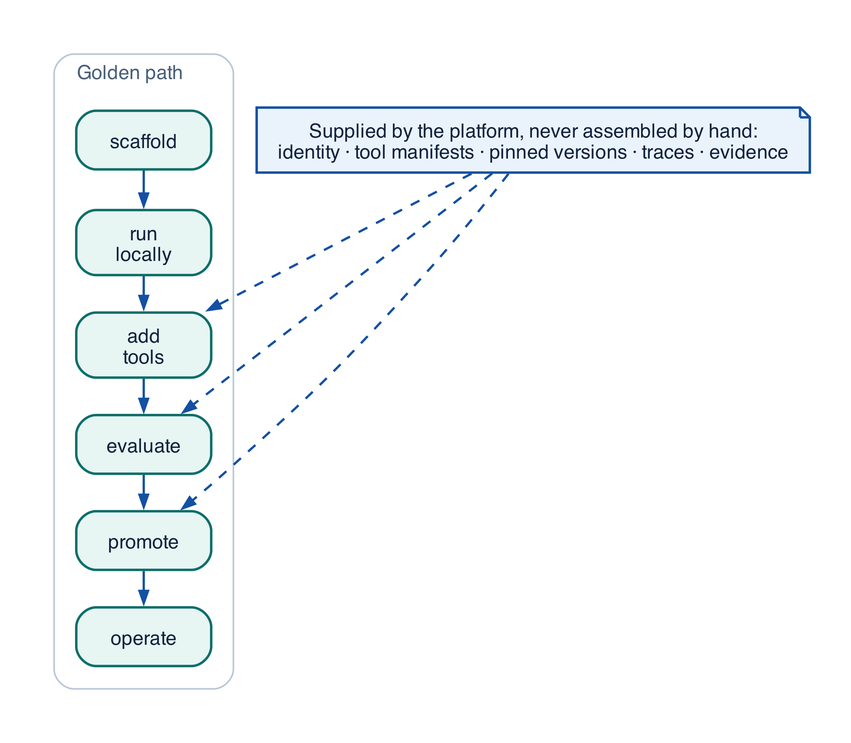
The Graphviz diagram assets/diagrams/dx-golden-path.png in rrahimi-uci/building-enterprise-general-intelligence, before a commit. Its source is kept beside it as assets/diagrams/src/dx-golden-path.gv.
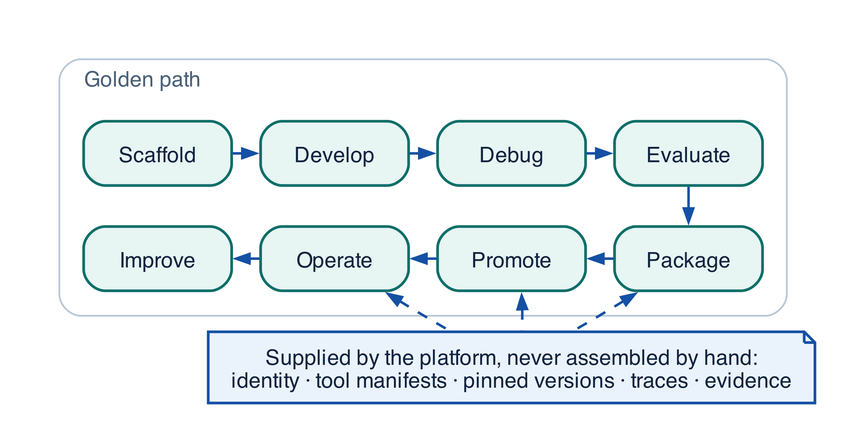
Later version of the same file.

Change to the diagram source:
```diff
@@ -6,18 +6,23 @@
   subgraph cluster_path {
     label="  Golden path"; labeljust="l"; fontsize=12; fontcolor="#4A6078"
     color="#B9C8D8"; style="rounded"; margin=14
-    s1 [label="scaffold", fillcolor="#E7F5F3", color="#0D6E69"]
-    s2 [label="run\nlocally", fillcolor="#E7F5F3", color="#0D6E69"]
-    s3 [label="add\ntools", fillcolor="#E7F5F3", color="#0D6E69"]
-    s4 [label="evaluate", fillcolor="#E7F5F3", color="#0D6E69"]
-    s5 [label="promote", fillcolor="#E7F5F3", color="#0D6E69"]
-    s6 [label="operate", fillcolor="#E7F5F3", color="#0D6E69"]
-    s1 -> s2 -> s3 -> s4 -> s5 -> s6
+    s1 [label="Scaffold", fillcolor="#E7F5F3", color="#0D6E69"]
+    s2 [label="Develop", fillcolor="#E7F5F3", color="#0D6E69"]
+    s3 [label="Debug", fillcolor="#E7F5F3", color="#0D6E69"]
+    s4 [label="Evaluate", fillcolor="#E7F5F3", color="#0D6E69"]
+    s5 [label="Package", fillcolor="#E7F5F3", color="#0D6E69"]
+    s6 [label="Promote", fillcolor="#E7F5F3", color="#0D6E69"]
+    s7 [label="Operate", fillcolor="#E7F5F3", color="#0D6E69"]
+    s8 [label="Improve", fillcolor="#E7F5F3", color="#0D6E69"]
+    { rank=same; s1 -> s2 -> s3 -> s4 }
+    { rank=same; s8 -> s7 -> s6 -> s5 [dir=back] }
+    s4 -> s5
   }
 
   supplied [label="Supplied by the platform, never assembled by hand:\nidentity · tool manifests · pinned versions · traces · evidence",
             fillcolor="#EAF3FB", color="#1450A3", style=filled, shape=note, fontsize=12]
-  supplied -> s3 [style=dashed, color="#1450A3", constraint=false]
-  supplied -> s4 [style=dashed, color="#1450A3", constraint=false]
-  supplied -> s5 [style=dashed, color="#1450A3", constraint=false]
+  s6 -> supplied [style=invis]
+  s7 -> supplied [style=dashed, color="#1450A3", dir=back, constraint=false]
+  s5 -> supplied [style=dashed, color="#1450A3", dir=back, constraint=false]
+  s6 -> supplied [style=dashed, color="#1450A3", dir=back, constraint=false]
 }
```
